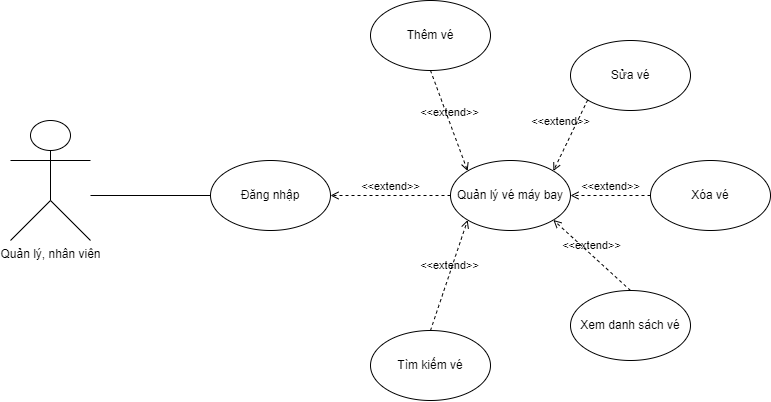
The draw.io diagram Báo Cáo/Diagram/Usecase/Usecase_VeMayBay.png in Kindaichicao/plane-ticket, before a commit. Source tidied: cells renumbered, new cells last; positions are measured from the earlier drawing's top-left corner, leaving out a move shared by most shapes.
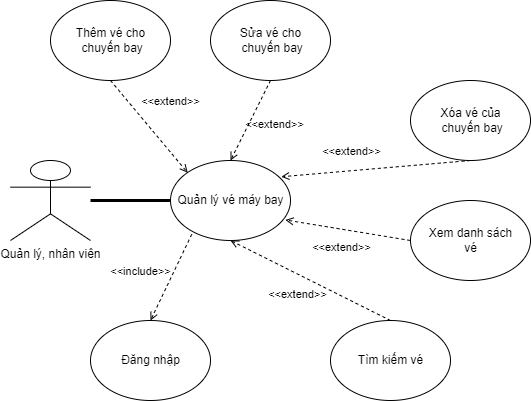
Above is the later version.

Commit message:
[Modified]: Usecase Activity

Diff of the diagram source:
```diff
@@ -3,51 +3,49 @@
     <mxCell id="0" />
     <mxCell id="1" parent="0" />
     <mxCell id="2" value="Quản lý, nhân viên" style="shape=umlActor;verticalLabelPosition=bottom;verticalAlign=top;html=1;" parent="1" vertex="1">
-      <mxGeometry y="120" width="80" height="120" as="geometry" />
+      <mxGeometry x="80" y="-560" width="80" height="80" as="geometry" />
     </mxCell>
+    <mxCell id="4" value="Quản lý vé máy bay" style="shape=ellipse;horizontal=1;html=1;dashed=0;" parent="1" vertex="1">
+      <mxGeometry x="240" y="-560" width="120" height="80" as="geometry" />
+    </mxCell>
+    <mxCell id="17" style="endArrow=none;startArrow=none;endFill=0;startFill=0;endSize=8;html=1;verticalAlign=bottom;labelBackgroundColor=none;strokeWidth=3;rounded=0;entryX=0;entryY=0.5;entryDx=0;entryDy=0;" parent="1" edge="1" source="2" target="4">
+      <mxGeometry relative="1" as="geometry" />
+    </mxCell>
-    <mxCell id="3" value="Đăng nhập" style="ellipse;whiteSpace=wrap;html=1;" parent="1" vertex="1">
-      <mxGeometry x="200" y="160" width="120" height="70" as="geometry" />
+    <mxCell id="3" value="Đăng nhập" style="shape=ellipse;horizontal=1;html=1;dashed=0;" parent="1" vertex="1">
+      <mxGeometry x="160" y="-400" width="120" height="80" as="geometry" />
     </mxCell>
-    <mxCell id="4" value="Quản lý vé máy bay" style="ellipse;whiteSpace=wrap;html=1;" parent="1" vertex="1">
-      <mxGeometry x="440" y="160" width="120" height="70" as="geometry" />
-    </mxCell>
-    <mxCell id="5" value="Thêm vé" style="ellipse;whiteSpace=wrap;html=1;" parent="1" vertex="1">
-      <mxGeometry x="360" width="120" height="70" as="geometry" />
-    </mxCell>
-    <mxCell id="6" value="Sửa vé" style="ellipse;whiteSpace=wrap;html=1;" parent="1" vertex="1">
-      <mxGeometry x="560" y="40" width="120" height="70" as="geometry" />
-    </mxCell>
-    <mxCell id="7" value="Xóa vé" style="ellipse;whiteSpace=wrap;html=1;" parent="1" vertex="1">
-      <mxGeometry x="640" y="160" width="120" height="70" as="geometry" />
-    </mxCell>
-    <mxCell id="8" value="Xem danh sách vé" style="ellipse;whiteSpace=wrap;html=1;" parent="1" vertex="1">
-      <mxGeometry x="560" y="290" width="120" height="70" as="geometry" />
+    <mxCell id="8" value="Xem danh sách&lt;br&gt;vé" style="shape=ellipse;horizontal=1;html=1;dashed=0;" parent="1" vertex="1">
+      <mxGeometry x="480" y="-520" width="120" height="80" as="geometry" />
     </mxCell>
+    <mxCell id="18" value="Xóa vé của&lt;br&gt;&amp;nbsp;chuyến bay" style="shape=ellipse;horizontal=1;html=1;dashed=0;" parent="1" vertex="1">
+      <mxGeometry x="480" y="-640" width="120" height="80" as="geometry" />
+    </mxCell>
+    <mxCell id="19" value="Sửa vé cho&lt;br&gt;&amp;nbsp;chuyến bay" style="shape=ellipse;horizontal=1;html=1;dashed=0;" parent="1" vertex="1">
+      <mxGeometry x="280" y="-720" width="120" height="80" as="geometry" />
+    </mxCell>
+    <mxCell id="20" value="Thêm vé cho&lt;br&gt;&amp;nbsp;chuyến bay" style="shape=ellipse;horizontal=1;html=1;dashed=0;" parent="1" vertex="1">
+      <mxGeometry x="120" y="-720" width="120" height="80" as="geometry" />
+    </mxCell>
-    <mxCell id="9" value="Tìm kiếm vé" style="ellipse;whiteSpace=wrap;html=1;" parent="1" vertex="1">
-      <mxGeometry x="360" y="330" width="120" height="70" as="geometry" />
+    <mxCell id="9" value="Tìm kiếm vé" style="shape=ellipse;horizontal=1;html=1;dashed=0;" parent="1" vertex="1">
+      <mxGeometry x="400" y="-400" width="120" height="80" as="geometry" />
     </mxCell>
-    <mxCell id="10" style="line;strokeWidth=1;fillColor=none;align=left;verticalAlign=middle;spacingTop=-1;spacingLeft=3;spacingRight=3;labelPosition=right;" parent="1" vertex="1">
-      <mxGeometry x="80" y="191" width="120" height="8" as="geometry" />
-    </mxCell>
-    <mxCell id="11" value="&amp;lt;&amp;lt;extend&amp;gt;&amp;gt;" style="html=1;verticalAlign=bottom;labelBackgroundColor=none;endArrow=open;endFill=0;dashed=1;rounded=0;entryX=1;entryY=0.5;entryDx=0;entryDy=0;exitX=0;exitY=0.5;exitDx=0;exitDy=0;" parent="1" edge="1" source="4" target="3">
-      <mxGeometry relative="1" as="geometry" />
-    </mxCell>
-    <mxCell id="12" value="&amp;lt;&amp;lt;extend&amp;gt;&amp;gt;" style="html=1;verticalAlign=bottom;labelBackgroundColor=none;endArrow=open;endFill=0;dashed=1;rounded=0;entryX=0;entryY=0;entryDx=0;entryDy=0;exitX=0.5;exitY=1;exitDx=0;exitDy=0;" parent="1" edge="1" source="5" target="4">
-      <mxGeometry relative="1" as="geometry" />
-    </mxCell>
-    <mxCell id="13" value="&amp;lt;&amp;lt;extend&amp;gt;&amp;gt;" style="html=1;verticalAlign=bottom;labelBackgroundColor=none;endArrow=open;endFill=0;dashed=1;rounded=0;entryX=1;entryY=0;entryDx=0;entryDy=0;exitX=0;exitY=1;exitDx=0;exitDy=0;" parent="1" edge="1" source="6" target="4">
-      <mxGeometry y="-11" relative="1" as="geometry">
-        <mxPoint y="1" as="offset" />
-      </mxGeometry>
-    </mxCell>
-    <mxCell id="14" value="&amp;lt;&amp;lt;extend&amp;gt;&amp;gt;" style="html=1;verticalAlign=bottom;labelBackgroundColor=none;endArrow=open;endFill=0;dashed=1;rounded=0;entryX=1;entryY=0.5;entryDx=0;entryDy=0;exitX=0;exitY=0.5;exitDx=0;exitDy=0;" parent="1" edge="1" source="7" target="4">
-      <mxGeometry relative="1" as="geometry" />
-    </mxCell>
+    <mxCell id="21" value="&amp;lt;&amp;lt;extend&amp;gt;&amp;gt;" style="html=1;verticalAlign=bottom;labelBackgroundColor=none;endArrow=open;endFill=0;dashed=1;rounded=0;exitX=0.5;exitY=1;exitDx=0;exitDy=0;entryX=0.143;entryY=0.153;entryDx=0;entryDy=0;entryPerimeter=0;" parent="1" edge="1" source="20" target="4">
+      <mxGeometry x="0.02" y="27" relative="1" as="geometry" />
+    </mxCell>
+    <mxCell id="22" value="&amp;lt;&amp;lt;extend&amp;gt;&amp;gt;" style="html=1;verticalAlign=bottom;labelBackgroundColor=none;endArrow=open;endFill=0;dashed=1;rounded=0;exitX=0.5;exitY=1;exitDx=0;exitDy=0;entryX=0.5;entryY=0;entryDx=0;entryDy=0;" parent="1" edge="1" source="19" target="4">
+      <mxGeometry x="0.02" y="27" relative="1" as="geometry" />
+    </mxCell>
+    <mxCell id="23" value="&amp;lt;&amp;lt;extend&amp;gt;&amp;gt;" style="html=1;verticalAlign=bottom;labelBackgroundColor=none;endArrow=open;endFill=0;dashed=1;rounded=0;exitX=0.5;exitY=1;exitDx=0;exitDy=0;entryX=0.923;entryY=0.203;entryDx=0;entryDy=0;entryPerimeter=0;" parent="1" edge="1" source="18" target="4">
+      <mxGeometry x="0.25" y="-10" relative="1" as="geometry" />
+    </mxCell>
-    <mxCell id="15" value="&amp;lt;&amp;lt;extend&amp;gt;&amp;gt;" style="html=1;verticalAlign=bottom;labelBackgroundColor=none;endArrow=open;endFill=0;dashed=1;rounded=0;entryX=1;entryY=1;entryDx=0;entryDy=0;exitX=0.5;exitY=0;exitDx=0;exitDy=0;" parent="1" edge="1" source="8" target="4">
-      <mxGeometry relative="1" as="geometry" />
+    <mxCell id="15" value="&amp;lt;&amp;lt;extend&amp;gt;&amp;gt;" style="html=1;verticalAlign=bottom;labelBackgroundColor=none;endArrow=open;endFill=0;dashed=1;rounded=0;exitX=0;exitY=0.5;exitDx=0;exitDy=0;entryX=0.957;entryY=0.743;entryDx=0;entryDy=0;entryPerimeter=0;" parent="1" edge="1" source="8" target="4">
+      <mxGeometry x="0.02" y="27" relative="1" as="geometry" />
     </mxCell>
-    <mxCell id="16" value="&amp;lt;&amp;lt;extend&amp;gt;&amp;gt;" style="html=1;verticalAlign=bottom;labelBackgroundColor=none;endArrow=open;endFill=0;dashed=1;rounded=0;entryX=0;entryY=1;entryDx=0;entryDy=0;exitX=0.5;exitY=0;exitDx=0;exitDy=0;" parent="1" edge="1" source="9" target="4">
-      <mxGeometry relative="1" as="geometry" />
+    <mxCell id="16" value="&amp;lt;&amp;lt;extend&amp;gt;&amp;gt;" style="html=1;verticalAlign=bottom;labelBackgroundColor=none;endArrow=open;endFill=0;dashed=1;rounded=0;exitX=0.5;exitY=0;exitDx=0;exitDy=0;entryX=0.5;entryY=1;entryDx=0;entryDy=0;" parent="1" edge="1" source="9" target="4">
+      <mxGeometry x="0.02" y="27" relative="1" as="geometry" />
     </mxCell>
+    <mxCell id="11" value="&amp;lt;&amp;lt;include&amp;gt;&amp;gt;" style="html=1;verticalAlign=bottom;labelBackgroundColor=none;endArrow=open;endFill=0;dashed=1;rounded=0;exitX=0.177;exitY=0.923;exitDx=0;exitDy=0;exitPerimeter=0;entryX=0.5;entryY=0;entryDx=0;entryDy=0;" parent="1" edge="1" source="4" target="3">
+      <mxGeometry x="0.34" y="-26" relative="1" as="geometry" />
+    </mxCell>
   </root>
 </mxGraphModel>
```
